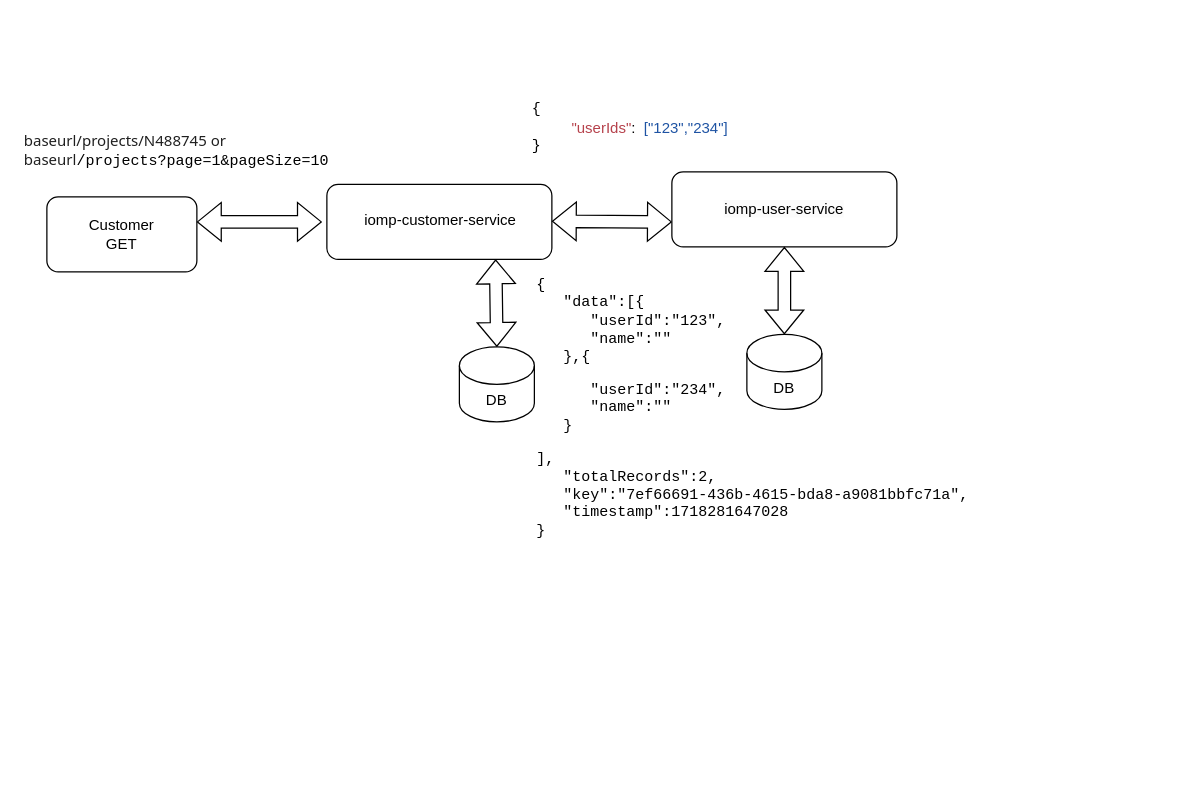
Before: src/main/java/com/wesco/model/Untitled Diagram.drawio in wesco-chandanabuduru/common-entities, a draw.io diagram. Source tidied: cells renumbered, new cells numbered last; positions are measured from the earlier drawing's top-left corner, leaving out a move shared by most shapes. Both pictures are drawn from the tidied source at 125%, with x=0, y=0 at pixel (21, 59).
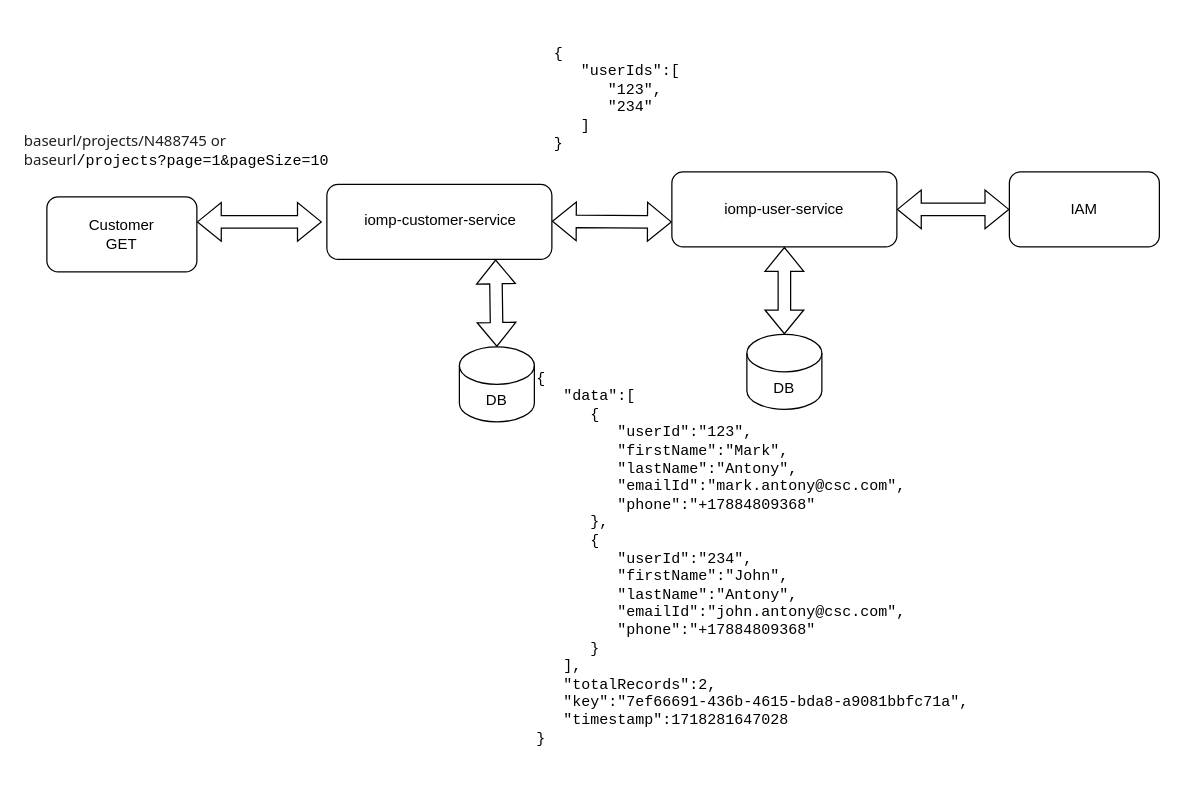
The same diagram, later.

The edit, as a diff of the source:
```diff
@@
 <mxGraphModel>
   <root>
     <mxCell id="0" />
     <mxCell id="1" parent="0" />
     <mxCell id="2" value="&lt;div&gt;Customer&lt;/div&gt;&lt;div&gt;GET&lt;/div&gt;" style="rounded=1;whiteSpace=wrap;html=1;" parent="1" vertex="1">
       <mxGeometry x="20" y="110" width="120" height="60" as="geometry" />
     </mxCell>
     <mxCell id="3" style="rounded=1;whiteSpace=wrap;html=1;" parent="1" vertex="1">
       <mxGeometry x="244" y="100" width="180" height="60" as="geometry" />
     </mxCell>
     <mxCell id="4" value="iomp-customer-service" style="text;html=1;align=center;verticalAlign=middle;whiteSpace=wrap;rounded=0;" parent="1" vertex="1">
       <mxGeometry x="270" y="117.5" width="130" height="22.5" as="geometry" />
     </mxCell>
     <mxCell id="5" style="shape=flexArrow;endArrow=classic;startArrow=classic;html=1;rounded=0;" parent="1" edge="1">
       <mxGeometry relative="1" as="geometry">
         <mxPoint x="140" y="130" as="sourcePoint" />
         <mxPoint x="240" y="130" as="targetPoint" />
       </mxGeometry>
     </mxCell>
     <mxCell id="6" style="shape=flexArrow;endArrow=classic;startArrow=classic;html=1;rounded=0;" parent="1" edge="1">
       <mxGeometry relative="1" as="geometry">
         <mxPoint x="424" y="129.5" as="sourcePoint" />
         <mxPoint x="520" y="130" as="targetPoint" />
       </mxGeometry>
     </mxCell>
     <mxCell id="7" value="DB" style="shape=cylinder3;whiteSpace=wrap;html=1;boundedLbl=1;backgroundOutline=1;size=15;" parent="1" vertex="1">
       <mxGeometry x="350" y="230" width="60" height="60" as="geometry" />
     </mxCell>
     <mxCell id="8" value="&lt;pre style=&quot;margin-top: 0px;&quot;&gt;&lt;pre&gt;&lt;pre&gt;&lt;pre&gt;&lt;span dir=&quot;ltr&quot; class=&quot;ui-provider a b c d e f g h i j k l m n o p q r s t u v w x y z ab ac ae af ag ah ai aj ak&quot;&gt;&lt;pre&gt;&lt;span style=&quot;color: rgb(31, 31, 31); font-family: system-ui, sans-serif; white-space: normal; background-color: rgb(255, 255, 255);&quot;&gt;baseurl/projects/N488745 or baseurl&lt;/span&gt;/projects?page=1&amp;amp;pageSize=10&lt;br&gt;&lt;/pre&gt;&lt;/span&gt;&lt;/pre&gt;&lt;/pre&gt;&lt;/pre&gt;&lt;/pre&gt;" style="text;html=1;whiteSpace=wrap;overflow=hidden;rounded=0;align=left;" parent="1" vertex="1">
       <mxGeometry y="40" width="360" height="60" as="geometry" />
     </mxCell>
     <mxCell id="9" value="&lt;span style=&quot;color: rgb(0, 0, 0); font-family: Helvetica; font-size: 12px; font-style: normal; font-variant-ligatures: normal; font-variant-caps: normal; font-weight: 400; letter-spacing: normal; orphans: 2; text-align: center; text-indent: 0px; text-transform: none; widows: 2; word-spacing: 0px; -webkit-text-stroke-width: 0px; white-space: normal; background-color: rgb(251, 251, 251); text-decoration-thickness: initial; text-decoration-style: initial; text-decoration-color: initial; display: inline !important; float: none;&quot;&gt;iomp-user-service&lt;/span&gt;" style="rounded=1;whiteSpace=wrap;html=1;" parent="1" vertex="1">
       <mxGeometry x="520" y="90" width="180" height="60" as="geometry" />
     </mxCell>
     <mxCell id="10" value="DB" style="shape=cylinder3;whiteSpace=wrap;html=1;boundedLbl=1;backgroundOutline=1;size=15;" parent="1" vertex="1">
       <mxGeometry x="580" y="220" width="60" height="60" as="geometry" />
     </mxCell>
     <mxCell id="11" style="shape=flexArrow;endArrow=classic;startArrow=classic;html=1;rounded=0;entryX=0.75;entryY=1;entryDx=0;entryDy=0;exitX=0.5;exitY=0;exitDx=0;exitDy=0;exitPerimeter=0;" parent="1" edge="1" source="7" target="3">
       <mxGeometry relative="1" as="geometry" />
     </mxCell>
     <mxCell id="12" style="shape=flexArrow;endArrow=classic;startArrow=classic;html=1;rounded=0;exitX=0.5;exitY=0;exitDx=0;exitDy=0;exitPerimeter=0;entryX=0.5;entryY=1;entryDx=0;entryDy=0;" parent="1" edge="1" source="10" target="9">
       <mxGeometry relative="1" as="geometry" />
     </mxCell>
-    <mxCell id="13" value="&lt;pre style=&quot;margin-top: 0px;&quot;&gt;&lt;pre&gt;&lt;pre&gt;&lt;pre&gt;&lt;span dir=&quot;ltr&quot; class=&quot;ui-provider a b c d e f g h i j k l m n o p q r s t u v w x y z ab ac ae af ag ah ai aj ak&quot;&gt;&lt;pre&gt;&lt;br&gt;&amp;nbsp;&amp;nbsp;&amp;nbsp;&amp;nbsp;&amp;nbsp;&amp;nbsp;&amp;nbsp;&amp;nbsp;&amp;nbsp;&amp;nbsp;&amp;nbsp; {&lt;br&gt;&lt;span style=&quot;background-color: initial;&quot;&gt;&amp;nbsp;        &lt;/span&gt;&lt;span style=&quot;background-color: initial; font-family: Helvetica; white-space: normal;&quot;&gt; &amp;nbsp; &amp;nbsp; &amp;nbsp; &amp;nbsp; &amp;nbsp; &amp;nbsp; &amp;nbsp; &amp;nbsp;&lt;span style=&quot;color: rgb(182, 66, 76);&quot;&gt;&quot;userIds&quot;&lt;/span&gt;:&amp;nbsp;&lt;font color=&quot;#1e53a3&quot;&gt;&amp;nbsp;[&quot;123&quot;,&quot;234&quot;]&lt;/font&gt;&lt;/span&gt;&lt;span style=&quot;color: rgb(30, 83, 163);&quot;&gt;&lt;br&gt;&lt;/span&gt;&amp;nbsp;&amp;nbsp;&amp;nbsp;&amp;nbsp;&amp;nbsp;&amp;nbsp;&amp;nbsp;&amp;nbsp;&amp;nbsp;&amp;nbsp;&amp;nbsp; }&lt;/pre&gt;&lt;/span&gt;&lt;/pre&gt;&lt;/pre&gt;&lt;/pre&gt;&lt;/pre&gt;" style="text;html=1;whiteSpace=wrap;overflow=hidden;rounded=0;align=left;" parent="1" vertex="1">
-      <mxGeometry x="320" width="300" height="80" as="geometry" />
+    <mxCell id="13" value="&lt;pre style=&quot;margin-top: 0px;&quot;&gt;&lt;pre&gt;&lt;pre&gt;&lt;pre&gt;&lt;span dir=&quot;ltr&quot; class=&quot;ui-provider a b c d e f g h i j k l m n o p q r s t u v w x y z ab ac ae af ag ah ai aj ak&quot;&gt;&lt;pre&gt;{&lt;br/&gt;   &quot;userIds&quot;:[&lt;br/&gt;      &quot;123&quot;,&lt;br/&gt;      &quot;234&quot;&lt;br/&gt;   ]&lt;br/&gt;}&lt;br&gt;&lt;/pre&gt;&lt;/span&gt;&lt;/pre&gt;&lt;/pre&gt;&lt;/pre&gt;&lt;/pre&gt;" style="text;html=1;whiteSpace=wrap;overflow=hidden;rounded=0;align=left;" parent="1" vertex="1">
+      <mxGeometry x="424" y="-30" width="300" height="120" as="geometry" />
     </mxCell>
-    <mxCell id="14" value="&lt;pre style=&quot;margin-top: 0px;&quot;&gt;&lt;pre&gt;&lt;pre&gt;&lt;pre&gt;&lt;span dir=&quot;ltr&quot; class=&quot;ui-provider a b c d e f g h i j k l m n o p q r s t u v w x y z ab ac ae af ag ah ai aj ak&quot;&gt;&lt;pre&gt;{&lt;br&gt;   &quot;data&quot;:[{&lt;br&gt;      &quot;userId&quot;:&quot;123&quot;,&lt;br&gt;      &quot;name&quot;:&quot;&quot;&lt;br&gt;   },{&lt;/pre&gt;&lt;pre&gt;      &quot;userId&quot;:&quot;234&quot;,&lt;br&gt;      &quot;name&quot;:&quot;&quot;&lt;br&gt;   }&lt;/pre&gt;&lt;pre&gt;],&lt;br&gt;   &quot;totalRecords&quot;:2,&lt;br&gt;   &quot;key&quot;:&quot;7ef66691-436b-4615-bda8-a9081bbfc71a&quot;,&lt;br&gt;   &quot;timestamp&quot;:1718281647028&lt;br&gt;}&lt;br&gt;&lt;/pre&gt;&lt;/span&gt;&lt;/pre&gt;&lt;/pre&gt;&lt;/pre&gt;&lt;/pre&gt;" style="text;html=1;whiteSpace=wrap;overflow=hidden;rounded=0;align=left;" parent="1" vertex="1">
-      <mxGeometry x="410" y="155" width="350" height="245" as="geometry" />
+    <mxCell id="14" value="&lt;pre style=&quot;margin-top: 0px;&quot;&gt;&lt;pre&gt;&lt;pre&gt;&lt;pre&gt;&lt;span dir=&quot;ltr&quot; class=&quot;ui-provider a b c d e f g h i j k l m n o p q r s t u v w x y z ab ac ae af ag ah ai aj ak&quot;&gt;&lt;pre&gt;{&lt;br&gt;   &quot;data&quot;:[&lt;br&gt;      {&lt;br&gt;         &quot;userId&quot;:&quot;123&quot;,&lt;br&gt;         &quot;firstName&quot;:&quot;Mark&quot;,&lt;br&gt;         &quot;lastName&quot;:&quot;Antony&quot;,&lt;br&gt;         &quot;emailId&quot;:&quot;mark.antony@csc.com&quot;,&lt;br&gt;         &quot;phone&quot;:&quot;+17884809368&quot;&lt;br&gt;      },&lt;br&gt;      {&lt;br&gt;         &quot;userId&quot;:&quot;234&quot;,&lt;br&gt;         &quot;firstName&quot;:&quot;John&quot;,&lt;br&gt;         &quot;lastName&quot;:&quot;Antony&quot;,&lt;br&gt;         &quot;emailId&quot;:&quot;john.antony@csc.com&quot;,&lt;br&gt;         &quot;phone&quot;:&quot;+17884809368&quot;&lt;br&gt;      }&lt;br&gt;   ],&lt;br&gt;   &quot;totalRecords&quot;:2,&lt;br&gt;   &quot;key&quot;:&quot;7ef66691-436b-4615-bda8-a9081bbfc71a&quot;,&lt;br&gt;   &quot;timestamp&quot;:1718281647028&lt;br&gt;}&lt;br&gt;&lt;/pre&gt;&lt;/span&gt;&lt;/pre&gt;&lt;/pre&gt;&lt;/pre&gt;&lt;/pre&gt;" style="text;html=1;whiteSpace=wrap;overflow=hidden;rounded=0;align=left;" parent="1" vertex="1">
+      <mxGeometry x="410" y="230" width="370" height="340" as="geometry" />
     </mxCell>
+    <mxCell id="15" value="IAM" style="rounded=1;whiteSpace=wrap;html=1;" parent="1" vertex="1">
+      <mxGeometry x="790" y="90" width="120" height="60" as="geometry" />
+    </mxCell>
+    <mxCell id="16" style="shape=flexArrow;endArrow=classic;startArrow=classic;html=1;rounded=0;entryX=0;entryY=0.5;entryDx=0;entryDy=0;exitX=1;exitY=0.5;exitDx=0;exitDy=0;" parent="1" edge="1" target="15">
+      <mxGeometry relative="1" as="geometry">
+        <mxPoint x="700" y="120" as="sourcePoint" />
+      </mxGeometry>
+    </mxCell>
   </root>
 </mxGraphModel>
```
